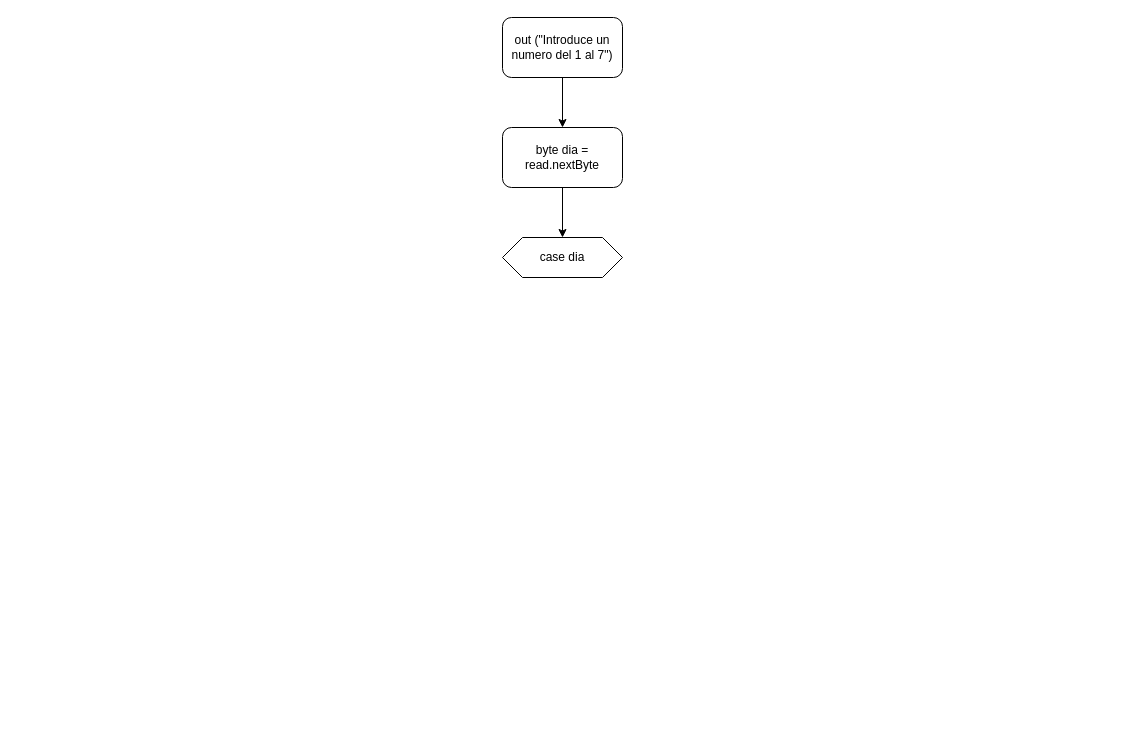
Earlier version of the draw.io diagram src/ejercicio2/Ejercicio2.drawio (antonionavarro04/Tema2Boletin2). Source tidied: cells renumbered, new cells numbered last; positions are measured from the earlier drawing's top-left corner, leaving out a move shared by most shapes. Both pictures are drawn from the tidied source at 100%, with x=0, y=0 at pixel (502, 17).
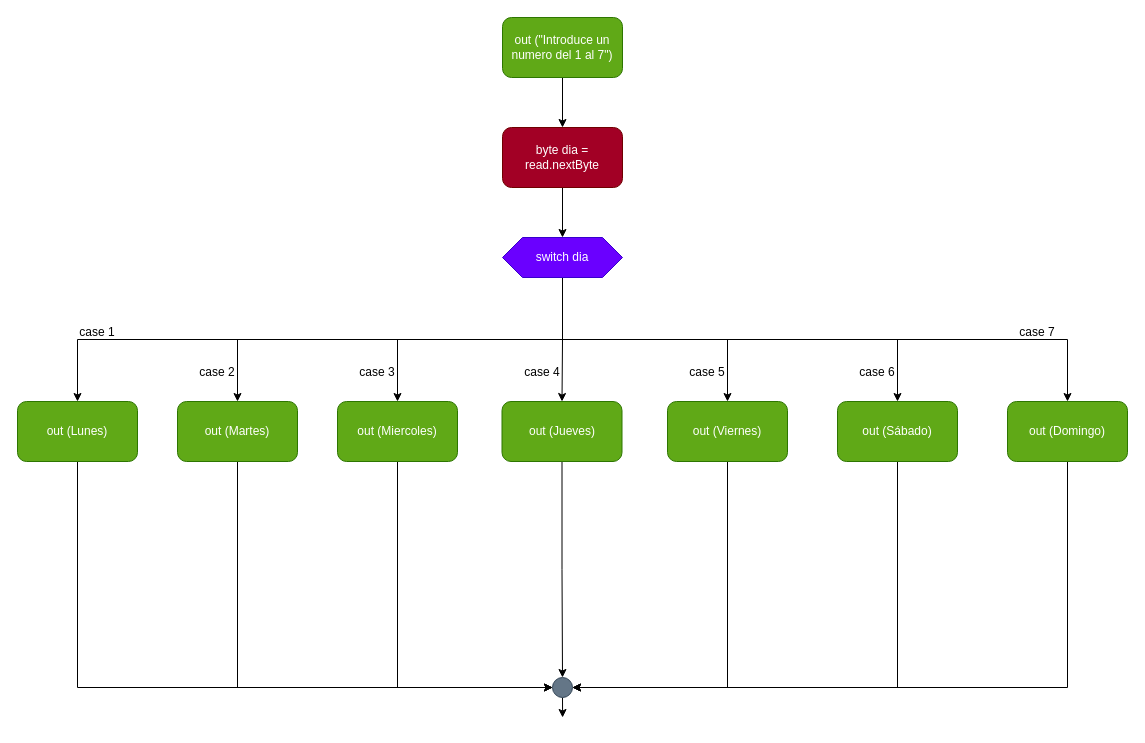
After the change.

What changed in the source:
```diff
@@
-    <mxCell id="3" value="out (&quot;Introduce un numero del 1 al 7&quot;)" style="rounded=1;whiteSpace=wrap;html=1;" parent="1" vertex="1">
+    <mxCell id="3" value="out (&quot;Introduce un numero del 1 al 7&quot;)" style="rounded=1;whiteSpace=wrap;html=1;fillColor=#60a917;fontColor=#ffffff;strokeColor=#2D7600;" parent="1" vertex="1">
       <mxGeometry width="120" height="60" as="geometry" />
     </mxCell>
@@
-    <mxCell id="5" value="byte dia = read.nextByte" style="rounded=1;whiteSpace=wrap;html=1;" parent="1" vertex="1">
+    <mxCell id="5" value="byte dia = read.nextByte" style="rounded=1;whiteSpace=wrap;html=1;fillColor=#a20025;fontColor=#ffffff;strokeColor=#6F0000;" parent="1" vertex="1">
       <mxGeometry y="110" width="120" height="60" as="geometry" />
     </mxCell>
+    <mxCell id="7" style="edgeStyle=orthogonalEdgeStyle;rounded=0;jettySize=auto;html=1;exitX=0.5;exitY=1;exitDx=0;exitDy=0;entryX=0.5;entryY=0;entryDx=0;entryDy=0;" parent="1" edge="1" source="6" target="21">
+      <mxGeometry relative="1" as="geometry" />
+    </mxCell>
+    <mxCell id="8" style="edgeStyle=orthogonalEdgeStyle;rounded=0;jettySize=auto;html=1;exitX=0.5;exitY=1;exitDx=0;exitDy=0;entryX=0.5;entryY=0;entryDx=0;entryDy=0;" parent="1" edge="1" source="6" target="19">
+      <mxGeometry relative="1" as="geometry" />
+    </mxCell>
+    <mxCell id="9" style="edgeStyle=orthogonalEdgeStyle;rounded=0;jettySize=auto;html=1;exitX=0.5;exitY=1;exitDx=0;exitDy=0;entryX=0.5;entryY=0;entryDx=0;entryDy=0;" parent="1" edge="1" source="6" target="23">
+      <mxGeometry relative="1" as="geometry" />
+    </mxCell>
+    <mxCell id="10" style="edgeStyle=orthogonalEdgeStyle;rounded=0;jettySize=auto;html=1;exitX=0.5;exitY=1;exitDx=0;exitDy=0;entryX=0.5;entryY=0;entryDx=0;entryDy=0;" parent="1" edge="1" source="6" target="25">
+      <mxGeometry relative="1" as="geometry" />
+    </mxCell>
+    <mxCell id="11" style="edgeStyle=orthogonalEdgeStyle;rounded=0;jettySize=auto;html=1;exitX=0.5;exitY=1;exitDx=0;exitDy=0;entryX=0.5;entryY=0;entryDx=0;entryDy=0;" parent="1" edge="1" source="6" target="27">
+      <mxGeometry relative="1" as="geometry" />
+    </mxCell>
+    <mxCell id="12" style="edgeStyle=orthogonalEdgeStyle;rounded=0;jettySize=auto;html=1;exitX=0.5;exitY=1;exitDx=0;exitDy=0;entryX=0.5;entryY=0;entryDx=0;entryDy=0;" parent="1" edge="1" source="6" target="17">
+      <mxGeometry relative="1" as="geometry" />
+    </mxCell>
+    <mxCell id="13" style="edgeStyle=orthogonalEdgeStyle;rounded=0;jettySize=auto;html=1;exitX=0.5;exitY=1;exitDx=0;exitDy=0;entryX=0.5;entryY=0;entryDx=0;entryDy=0;" parent="1" edge="1" source="6" target="15">
+      <mxGeometry relative="1" as="geometry" />
+    </mxCell>
-    <mxCell id="6" value="case dia" style="shape=hexagon;perimeter=hexagonPerimeter2;whiteSpace=wrap;html=1;fixedSize=1;" parent="1" vertex="1">
+    <mxCell id="6" value="switch dia" style="shape=hexagon;perimeter=hexagonPerimeter2;whiteSpace=wrap;html=1;fixedSize=1;fillColor=#6a00ff;fontColor=#ffffff;strokeColor=#3700CC;" parent="1" vertex="1">
       <mxGeometry y="220" width="120" height="40" as="geometry" />
     </mxCell>
+    <mxCell id="14" style="edgeStyle=orthogonalEdgeStyle;rounded=0;jettySize=auto;html=1;exitX=0.5;exitY=1;exitDx=0;exitDy=0;entryX=0;entryY=0.5;entryDx=0;entryDy=0;" parent="1" edge="1" source="15" target="29">
+      <mxGeometry relative="1" as="geometry" />
+    </mxCell>
+    <mxCell id="15" value="out (Lunes)" style="rounded=1;whiteSpace=wrap;html=1;fillColor=#60a917;fontColor=#ffffff;strokeColor=#2D7600;" parent="1" vertex="1">
+      <mxGeometry x="-485" y="384" width="120" height="60" as="geometry" />
+    </mxCell>
+    <mxCell id="16" style="edgeStyle=orthogonalEdgeStyle;rounded=0;jettySize=auto;html=1;exitX=0.5;exitY=1;exitDx=0;exitDy=0;entryX=0;entryY=0.5;entryDx=0;entryDy=0;" parent="1" edge="1" source="17" target="29">
+      <mxGeometry relative="1" as="geometry" />
+    </mxCell>
+    <mxCell id="17" value="out (Martes)" style="rounded=1;whiteSpace=wrap;html=1;fillColor=#60a917;fontColor=#ffffff;strokeColor=#2D7600;" parent="1" vertex="1">
+      <mxGeometry x="-325" y="384" width="120" height="60" as="geometry" />
+    </mxCell>
+    <mxCell id="18" style="edgeStyle=orthogonalEdgeStyle;rounded=0;jettySize=auto;html=1;exitX=0.5;exitY=1;exitDx=0;exitDy=0;entryX=0;entryY=0.5;entryDx=0;entryDy=0;" parent="1" edge="1" source="19" target="29">
+      <mxGeometry relative="1" as="geometry" />
+    </mxCell>
+    <mxCell id="19" value="out (Miercoles)" style="rounded=1;whiteSpace=wrap;html=1;fillColor=#60a917;fontColor=#ffffff;strokeColor=#2D7600;" parent="1" vertex="1">
+      <mxGeometry x="-165" y="384" width="120" height="60" as="geometry" />
+    </mxCell>
+    <mxCell id="20" style="edgeStyle=orthogonalEdgeStyle;rounded=0;jettySize=auto;html=1;exitX=0.5;exitY=1;exitDx=0;exitDy=0;entryX=0.5;entryY=0;entryDx=0;entryDy=0;" parent="1" edge="1" source="21" target="29">
+      <mxGeometry relative="1" as="geometry" />
+    </mxCell>
+    <mxCell id="21" value="out (Jueves)" style="rounded=1;whiteSpace=wrap;html=1;fillColor=#60a917;fontColor=#ffffff;strokeColor=#2D7600;" parent="1" vertex="1">
+      <mxGeometry x="-0.5" y="384" width="120" height="60" as="geometry" />
+    </mxCell>
+    <mxCell id="22" style="edgeStyle=orthogonalEdgeStyle;rounded=0;jettySize=auto;html=1;exitX=0.5;exitY=1;exitDx=0;exitDy=0;entryX=1;entryY=0.5;entryDx=0;entryDy=0;" parent="1" edge="1" source="23" target="29">
+      <mxGeometry relative="1" as="geometry" />
+    </mxCell>
+    <mxCell id="23" value="out (Viernes)" style="rounded=1;whiteSpace=wrap;html=1;fillColor=#60a917;fontColor=#ffffff;strokeColor=#2D7600;" parent="1" vertex="1">
+      <mxGeometry x="165" y="384" width="120" height="60" as="geometry" />
+    </mxCell>
+    <mxCell id="24" style="edgeStyle=orthogonalEdgeStyle;rounded=0;jettySize=auto;html=1;exitX=0.5;exitY=1;exitDx=0;exitDy=0;entryX=1;entryY=0.5;entryDx=0;entryDy=0;" parent="1" edge="1" source="25" target="29">
+      <mxGeometry relative="1" as="geometry" />
+    </mxCell>
+    <mxCell id="25" value="out (Sábado)" style="rounded=1;whiteSpace=wrap;html=1;fillColor=#60a917;fontColor=#ffffff;strokeColor=#2D7600;" parent="1" vertex="1">
+      <mxGeometry x="335" y="384" width="120" height="60" as="geometry" />
+    </mxCell>
+    <mxCell id="26" style="edgeStyle=orthogonalEdgeStyle;rounded=0;jettySize=auto;html=1;exitX=0.5;exitY=1;exitDx=0;exitDy=0;entryX=1;entryY=0.5;entryDx=0;entryDy=0;" parent="1" edge="1" source="27" target="29">
+      <mxGeometry relative="1" as="geometry" />
+    </mxCell>
+    <mxCell id="27" value="out (Domingo)" style="rounded=1;whiteSpace=wrap;html=1;fillColor=#60a917;fontColor=#ffffff;strokeColor=#2D7600;" parent="1" vertex="1">
+      <mxGeometry x="505" y="384" width="120" height="60" as="geometry" />
+    </mxCell>
+    <mxCell id="28" style="edgeStyle=orthogonalEdgeStyle;rounded=0;jettySize=auto;html=1;exitX=0.5;exitY=1;exitDx=0;exitDy=0;" parent="1" edge="1" source="29">
+      <mxGeometry relative="1" as="geometry">
+        <mxPoint x="60.1" y="700" as="targetPoint" />
+      </mxGeometry>
+    </mxCell>
+    <mxCell id="29" style="ellipse;whiteSpace=wrap;html=1;fillColor=#647687;fontColor=#ffffff;strokeColor=#314354;" parent="1" vertex="1">
+      <mxGeometry x="50" y="660" width="20" height="20" as="geometry" />
+    </mxCell>
+    <mxCell id="30" value="case 1" style="text;html=1;strokeColor=none;fillColor=none;align=center;verticalAlign=middle;whiteSpace=wrap;rounded=0;" parent="1" vertex="1">
+      <mxGeometry x="-435" y="300" width="60" height="30" as="geometry" />
+    </mxCell>
+    <mxCell id="31" value="case 2" style="text;html=1;strokeColor=none;fillColor=none;align=center;verticalAlign=middle;whiteSpace=wrap;rounded=0;" parent="1" vertex="1">
+      <mxGeometry x="-315" y="340" width="60" height="30" as="geometry" />
+    </mxCell>
+    <mxCell id="32" value="case 3" style="text;html=1;strokeColor=none;fillColor=none;align=center;verticalAlign=middle;whiteSpace=wrap;rounded=0;" parent="1" vertex="1">
+      <mxGeometry x="-155" y="340" width="60" height="30" as="geometry" />
+    </mxCell>
+    <mxCell id="33" value="case 4" style="text;html=1;strokeColor=none;fillColor=none;align=center;verticalAlign=middle;whiteSpace=wrap;rounded=0;" parent="1" vertex="1">
+      <mxGeometry x="10" y="340" width="60" height="30" as="geometry" />
+    </mxCell>
+    <mxCell id="34" value="case 5" style="text;html=1;strokeColor=none;fillColor=none;align=center;verticalAlign=middle;whiteSpace=wrap;rounded=0;" parent="1" vertex="1">
+      <mxGeometry x="175" y="340" width="60" height="30" as="geometry" />
+    </mxCell>
+    <mxCell id="35" value="case 6" style="text;html=1;strokeColor=none;fillColor=none;align=center;verticalAlign=middle;whiteSpace=wrap;rounded=0;" parent="1" vertex="1">
+      <mxGeometry x="345" y="340" width="60" height="30" as="geometry" />
+    </mxCell>
+    <mxCell id="36" value="case 7" style="text;html=1;strokeColor=none;fillColor=none;align=center;verticalAlign=middle;whiteSpace=wrap;rounded=0;" parent="1" vertex="1">
+      <mxGeometry x="505" y="300" width="60" height="30" as="geometry" />
+    </mxCell>
```
